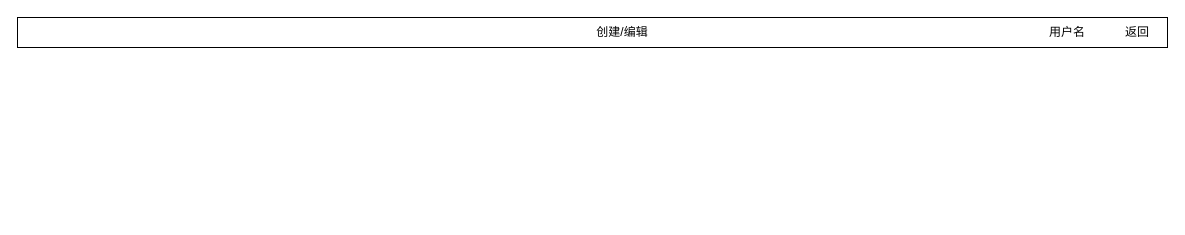
Before: page "pm-project-edit" (3 of 19) of project-in-action/software-develop-management-system/doc/design/ui/sdms.drawio in callistoctopus/project-all-in-one, a draw.io diagram. Source tidied: cells renumbered, new cells numbered last; positions are measured from the earlier drawing's top-left corner, leaving out a move shared by most shapes. Both pictures are drawn from the tidied source at 100%, with x=0, y=0 at pixel (17, 17).
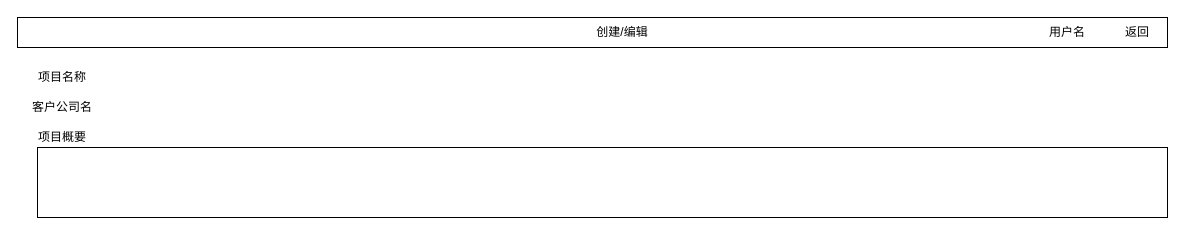
Above is the later version.

Change to the diagram source:
```diff
@@
 <mxGraphModel>
   <root>
     <mxCell id="0" />
     <mxCell id="1" parent="0" />
     <mxCell id="2" style="rounded=0;whiteSpace=wrap;html=1;" parent="1" vertex="1">
       <mxGeometry width="1150" height="30" as="geometry" />
     </mxCell>
     <mxCell id="3" value="创建/编辑" style="text;html=1;strokeColor=none;fillColor=none;align=center;verticalAlign=middle;whiteSpace=wrap;rounded=0;" parent="1" vertex="1">
       <mxGeometry x="530" y="5" width="150" height="20" as="geometry" />
     </mxCell>
     <mxCell id="4" value="用户名" style="text;html=1;strokeColor=none;fillColor=none;align=center;verticalAlign=middle;whiteSpace=wrap;rounded=0;" parent="1" vertex="1">
       <mxGeometry x="1030" y="5" width="40" height="20" as="geometry" />
     </mxCell>
     <mxCell id="5" value="返回" style="text;html=1;strokeColor=none;fillColor=none;align=center;verticalAlign=middle;whiteSpace=wrap;rounded=0;" parent="1" vertex="1">
       <mxGeometry x="1100" y="5" width="40" height="20" as="geometry" />
     </mxCell>
+    <mxCell id="6" value="项目名称" style="text;html=1;strokeColor=none;fillColor=none;align=center;verticalAlign=middle;whiteSpace=wrap;rounded=0;" parent="1" vertex="1">
+      <mxGeometry x="10" y="50" width="70" height="20" as="geometry" />
+    </mxCell>
+    <mxCell id="7" value="客户公司名" style="text;html=1;strokeColor=none;fillColor=none;align=center;verticalAlign=middle;whiteSpace=wrap;rounded=0;" parent="1" vertex="1">
+      <mxGeometry x="10" y="80" width="70" height="20" as="geometry" />
+    </mxCell>
+    <mxCell id="8" value="项目概要" style="text;html=1;strokeColor=none;fillColor=none;align=center;verticalAlign=middle;whiteSpace=wrap;rounded=0;" parent="1" vertex="1">
+      <mxGeometry x="10" y="110" width="70" height="20" as="geometry" />
+    </mxCell>
+    <mxCell id="9" style="rounded=0;whiteSpace=wrap;html=1;" parent="1" vertex="1">
+      <mxGeometry x="20" y="130" width="1130" height="70" as="geometry" />
+    </mxCell>
   </root>
 </mxGraphModel>
```
